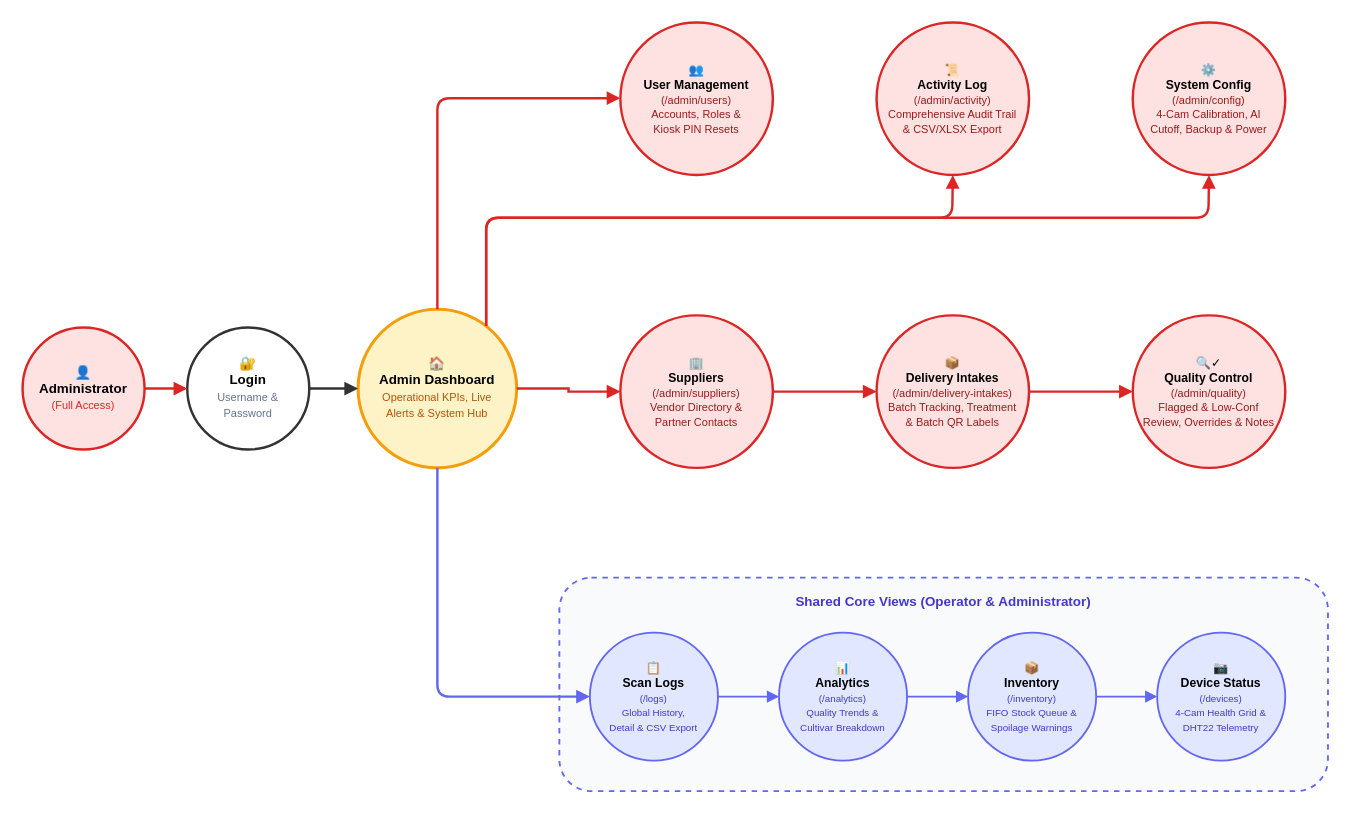
Earlier version of the draw.io diagram docs/bananavision-docs/docs/workflows/workflow_admin.drawio (BlackShark404/BananaVision). Source tidied: cells renumbered, new cells numbered last; positions are measured from the earlier drawing's top-left corner, leaving out a move shared by most shapes. Both pictures are drawn from the tidied source at 122%, with x=0, y=0 at pixel (22, 22).
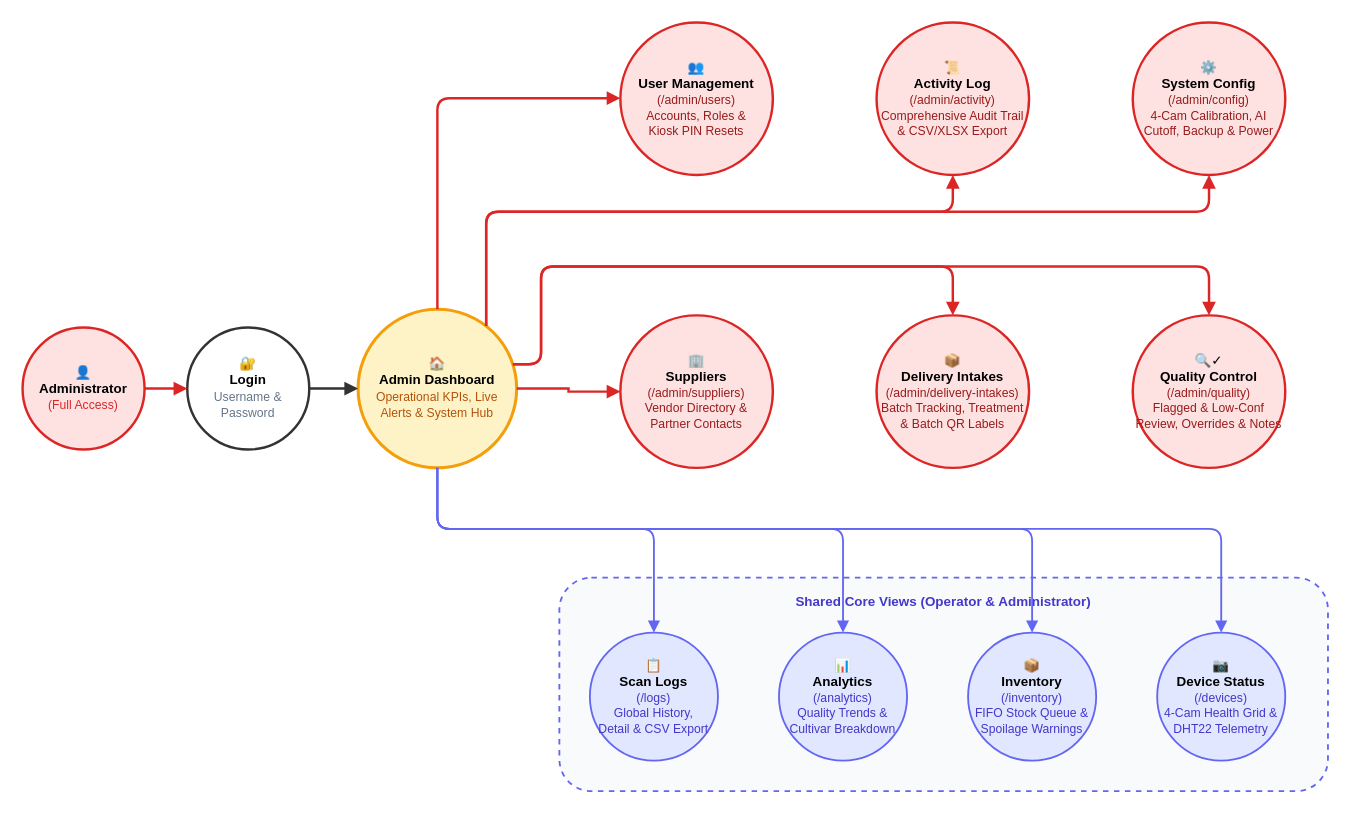
The same diagram, later.

Commit message (it also covers changes not shown here):
style: update font sizes and geometry in workflow diagram drawio files

Change to the diagram source:
```diff
@@
-    <mxCell id="2" value="👤&lt;br&gt;&lt;b&gt;Administrator&lt;/b&gt;&lt;br&gt;&lt;font color=&quot;#dc2626&quot; style=&quot;font-size: 9px;&quot;&gt;(Full Access)&lt;/font&gt;" style="ellipse;whiteSpace=wrap;html=1;fillColor=#fee2e2;strokeColor=#dc2626;strokeWidth=2;fontSize=11;" parent="1" vertex="1">
+    <mxCell id="2" value="👤&lt;br&gt;&lt;b&gt;Administrator&lt;/b&gt;&lt;br&gt;&lt;font color=&quot;#dc2626&quot; style=&quot;font-size: 10px;&quot;&gt;(Full Access)&lt;/font&gt;" style="ellipse;whiteSpace=wrap;html=1;fillColor=#fee2e2;strokeColor=#dc2626;strokeWidth=2;fontSize=11;" parent="1" vertex="1">
       <mxGeometry y="250" width="100" height="100" as="geometry" />
     </mxCell>
-    <mxCell id="3" value="🔐&lt;br&gt;&lt;b&gt;Login&lt;/b&gt;&lt;br&gt;&lt;font color=&quot;#64748b&quot; style=&quot;font-size: 9px;&quot;&gt;Username &amp;amp;&lt;br&gt;Password&lt;/font&gt;" style="ellipse;whiteSpace=wrap;html=1;fillColor=#ffffff;strokeColor=#333333;strokeWidth=2;fontSize=11;" parent="1" vertex="1">
+    <mxCell id="3" value="🔐&lt;br&gt;&lt;b&gt;Login&lt;/b&gt;&lt;br&gt;&lt;font color=&quot;#64748b&quot; style=&quot;font-size: 10px;&quot;&gt;Username &amp;amp;&lt;br&gt;Password&lt;/font&gt;" style="ellipse;whiteSpace=wrap;html=1;fillColor=#ffffff;strokeColor=#333333;strokeWidth=2;fontSize=11;" parent="1" vertex="1">
       <mxGeometry x="135" y="250" width="100" height="100" as="geometry" />
     </mxCell>
-    <mxCell id="4" value="🏠&lt;br&gt;&lt;b&gt;Admin Dashboard&lt;/b&gt;&lt;br&gt;&lt;font color=&quot;#b45309&quot; style=&quot;font-size: 9px;&quot;&gt;Operational KPIs, Live&lt;br&gt;Alerts &amp;amp; System Hub&lt;/font&gt;" style="ellipse;whiteSpace=wrap;html=1;fillColor=#fef3c7;strokeColor=#f59e0b;strokeWidth=2.5;fontSize=11;" parent="1" vertex="1">
+    <mxCell id="4" value="🏠&lt;br&gt;&lt;b&gt;Admin Dashboard&lt;/b&gt;&lt;br&gt;&lt;font color=&quot;#b45309&quot; style=&quot;font-size: 10px;&quot;&gt;Operational KPIs, Live&lt;br&gt;Alerts &amp;amp; System Hub&lt;/font&gt;" style="ellipse;whiteSpace=wrap;html=1;fillColor=#fef3c7;strokeColor=#f59e0b;strokeWidth=2.5;fontSize=11;" parent="1" vertex="1">
       <mxGeometry x="275" y="235" width="130" height="130" as="geometry" />
     </mxCell>
-    <mxCell id="5" value="👥&lt;br&gt;&lt;b&gt;User Management&lt;/b&gt;&lt;br&gt;&lt;font color=&quot;#991b1b&quot; style=&quot;font-size: 9px;&quot;&gt;(/admin/users)&lt;br&gt;Accounts, Roles &amp;amp;&lt;br&gt;Kiosk PIN Resets&lt;/font&gt;" style="ellipse;whiteSpace=wrap;html=1;fillColor=#fee2e2;strokeColor=#dc2626;strokeWidth=2;fontSize=10;" parent="1" vertex="1">
+    <mxCell id="5" value="👥&lt;br&gt;&lt;b&gt;User Management&lt;/b&gt;&lt;br&gt;&lt;font color=&quot;#991b1b&quot; style=&quot;font-size: 10px;&quot;&gt;(/admin/users)&lt;br&gt;Accounts, Roles &amp;amp;&lt;br&gt;Kiosk PIN Resets&lt;/font&gt;" style="ellipse;whiteSpace=wrap;html=1;fillColor=#fee2e2;strokeColor=#dc2626;strokeWidth=2;fontSize=11;" parent="1" vertex="1">
       <mxGeometry x="490" width="125" height="125" as="geometry" />
     </mxCell>
-    <mxCell id="6" value="📜&lt;br&gt;&lt;b&gt;Activity Log&lt;/b&gt;&lt;br&gt;&lt;font color=&quot;#991b1b&quot; style=&quot;font-size: 9px;&quot;&gt;(/admin/activity)&lt;br&gt;Comprehensive Audit Trail&lt;br&gt;&amp;amp; CSV/XLSX Export&lt;/font&gt;" style="ellipse;whiteSpace=wrap;html=1;fillColor=#fee2e2;strokeColor=#dc2626;strokeWidth=2;fontSize=10;" parent="1" vertex="1">
+    <mxCell id="6" value="📜&lt;br&gt;&lt;b&gt;Activity Log&lt;/b&gt;&lt;br&gt;&lt;font color=&quot;#991b1b&quot; style=&quot;font-size: 10px;&quot;&gt;(/admin/activity)&lt;br&gt;Comprehensive Audit Trail&lt;br&gt;&amp;amp; CSV/XLSX Export&lt;/font&gt;" style="ellipse;whiteSpace=wrap;html=1;fillColor=#fee2e2;strokeColor=#dc2626;strokeWidth=2;fontSize=11;" parent="1" vertex="1">
       <mxGeometry x="700" width="125" height="125" as="geometry" />
     </mxCell>
-    <mxCell id="7" value="⚙️&lt;br&gt;&lt;b&gt;System Config&lt;/b&gt;&lt;br&gt;&lt;font color=&quot;#991b1b&quot; style=&quot;font-size: 9px;&quot;&gt;(/admin/config)&lt;br&gt;4-Cam Calibration, AI&lt;br&gt;Cutoff, Backup &amp;amp; Power&lt;/font&gt;" style="ellipse;whiteSpace=wrap;html=1;fillColor=#fee2e2;strokeColor=#dc2626;strokeWidth=2;fontSize=10;" parent="1" vertex="1">
+    <mxCell id="7" value="⚙️&lt;br&gt;&lt;b&gt;System Config&lt;/b&gt;&lt;br&gt;&lt;font color=&quot;#991b1b&quot; style=&quot;font-size: 10px;&quot;&gt;(/admin/config)&lt;br&gt;4-Cam Calibration, AI&lt;br&gt;Cutoff, Backup &amp;amp; Power&lt;/font&gt;" style="ellipse;whiteSpace=wrap;html=1;fillColor=#fee2e2;strokeColor=#dc2626;strokeWidth=2;fontSize=11;" parent="1" vertex="1">
       <mxGeometry x="910" width="125" height="125" as="geometry" />
     </mxCell>
-    <mxCell id="8" value="🏢&lt;br&gt;&lt;b&gt;Suppliers&lt;/b&gt;&lt;br&gt;&lt;font color=&quot;#991b1b&quot; style=&quot;font-size: 9px;&quot;&gt;(/admin/suppliers)&lt;br&gt;Vendor Directory &amp;amp;&lt;br&gt;Partner Contacts&lt;/font&gt;" style="ellipse;whiteSpace=wrap;html=1;fillColor=#fee2e2;strokeColor=#dc2626;strokeWidth=2;fontSize=10;" parent="1" vertex="1">
+    <mxCell id="8" value="🏢&lt;br&gt;&lt;b&gt;Suppliers&lt;/b&gt;&lt;br&gt;&lt;font color=&quot;#991b1b&quot; style=&quot;font-size: 10px;&quot;&gt;(/admin/suppliers)&lt;br&gt;Vendor Directory &amp;amp;&lt;br&gt;Partner Contacts&lt;/font&gt;" style="ellipse;whiteSpace=wrap;html=1;fillColor=#fee2e2;strokeColor=#dc2626;strokeWidth=2;fontSize=11;" parent="1" vertex="1">
       <mxGeometry x="490" y="240" width="125" height="125" as="geometry" />
     </mxCell>
-    <mxCell id="9" value="📦&lt;br&gt;&lt;b&gt;Delivery Intakes&lt;/b&gt;&lt;br&gt;&lt;font color=&quot;#991b1b&quot; style=&quot;font-size: 9px;&quot;&gt;(/admin/delivery-intakes)&lt;br&gt;Batch Tracking, Treatment&lt;br&gt;&amp;amp; Batch QR Labels&lt;/font&gt;" style="ellipse;whiteSpace=wrap;html=1;fillColor=#fee2e2;strokeColor=#dc2626;strokeWidth=2;fontSize=10;" parent="1" vertex="1">
+    <mxCell id="9" value="📦&lt;br&gt;&lt;b&gt;Delivery Intakes&lt;/b&gt;&lt;br&gt;&lt;font color=&quot;#991b1b&quot; style=&quot;font-size: 10px;&quot;&gt;(/admin/delivery-intakes)&lt;br&gt;Batch Tracking, Treatment&lt;br&gt;&amp;amp; Batch QR Labels&lt;/font&gt;" style="ellipse;whiteSpace=wrap;html=1;fillColor=#fee2e2;strokeColor=#dc2626;strokeWidth=2;fontSize=11;" parent="1" vertex="1">
       <mxGeometry x="700" y="240" width="125" height="125" as="geometry" />
     </mxCell>
-    <mxCell id="10" value="🔍✓&lt;br&gt;&lt;b&gt;Quality Control&lt;/b&gt;&lt;br&gt;&lt;font color=&quot;#991b1b&quot; style=&quot;font-size: 9px;&quot;&gt;(/admin/quality)&lt;br&gt;Flagged &amp;amp; Low-Conf&lt;br&gt;Review, Overrides &amp;amp; Notes&lt;/font&gt;" style="ellipse;whiteSpace=wrap;html=1;fillColor=#fee2e2;strokeColor=#dc2626;strokeWidth=2;fontSize=10;" parent="1" vertex="1">
+    <mxCell id="10" value="🔍✓&lt;br&gt;&lt;b&gt;Quality Control&lt;/b&gt;&lt;br&gt;&lt;font color=&quot;#991b1b&quot; style=&quot;font-size: 10px;&quot;&gt;(/admin/quality)&lt;br&gt;Flagged &amp;amp; Low-Conf&lt;br&gt;Review, Overrides &amp;amp; Notes&lt;/font&gt;" style="ellipse;whiteSpace=wrap;html=1;fillColor=#fee2e2;strokeColor=#dc2626;strokeWidth=2;fontSize=11;" parent="1" vertex="1">
       <mxGeometry x="910" y="240" width="125" height="125" as="geometry" />
     </mxCell>
@@
-    <mxCell id="13" value="📋&lt;br&gt;&lt;b&gt;Scan Logs&lt;/b&gt;&lt;br&gt;&lt;font color=&quot;#4338ca&quot; style=&quot;font-size: 8px;&quot;&gt;(/logs)&lt;br&gt;Global History,&lt;br&gt;Detail &amp;amp; CSV Export&lt;/font&gt;" style="ellipse;whiteSpace=wrap;html=1;fillColor=#e0e7ff;strokeColor=#6366f1;strokeWidth=1.5;fontSize=10;" parent="1" vertex="1">
+    <mxCell id="13" value="📋&lt;br&gt;&lt;b&gt;Scan Logs&lt;/b&gt;&lt;br&gt;&lt;font color=&quot;#4338ca&quot; style=&quot;font-size: 10px;&quot;&gt;(/logs)&lt;br&gt;Global History,&lt;br&gt;Detail &amp;amp; CSV Export&lt;/font&gt;" style="ellipse;whiteSpace=wrap;html=1;fillColor=#e0e7ff;strokeColor=#6366f1;strokeWidth=1.5;fontSize=11;" parent="1" vertex="1">
       <mxGeometry x="465" y="500" width="105" height="105" as="geometry" />
     </mxCell>
-    <mxCell id="14" value="📊&lt;br&gt;&lt;b&gt;Analytics&lt;/b&gt;&lt;br&gt;&lt;font color=&quot;#4338ca&quot; style=&quot;font-size: 8px;&quot;&gt;(/analytics)&lt;br&gt;Quality Trends &amp;amp;&lt;br&gt;Cultivar Breakdown&lt;/font&gt;" style="ellipse;whiteSpace=wrap;html=1;fillColor=#e0e7ff;strokeColor=#6366f1;strokeWidth=1.5;fontSize=10;" parent="1" vertex="1">
+    <mxCell id="14" value="📊&lt;br&gt;&lt;b&gt;Analytics&lt;/b&gt;&lt;br&gt;&lt;font color=&quot;#4338ca&quot; style=&quot;font-size: 10px;&quot;&gt;(/analytics)&lt;br&gt;Quality Trends &amp;amp;&lt;br&gt;Cultivar Breakdown&lt;/font&gt;" style="ellipse;whiteSpace=wrap;html=1;fillColor=#e0e7ff;strokeColor=#6366f1;strokeWidth=1.5;fontSize=11;" parent="1" vertex="1">
       <mxGeometry x="620" y="500" width="105" height="105" as="geometry" />
     </mxCell>
-    <mxCell id="15" value="📦&lt;br&gt;&lt;b&gt;Inventory&lt;/b&gt;&lt;br&gt;&lt;font color=&quot;#4338ca&quot; style=&quot;font-size: 8px;&quot;&gt;(/inventory)&lt;br&gt;FIFO Stock Queue &amp;amp;&lt;br&gt;Spoilage Warnings&lt;/font&gt;" style="ellipse;whiteSpace=wrap;html=1;fillColor=#e0e7ff;strokeColor=#6366f1;strokeWidth=1.5;fontSize=10;" parent="1" vertex="1">
+    <mxCell id="15" value="📦&lt;br&gt;&lt;b&gt;Inventory&lt;/b&gt;&lt;br&gt;&lt;font color=&quot;#4338ca&quot; style=&quot;font-size: 10px;&quot;&gt;(/inventory)&lt;br&gt;FIFO Stock Queue &amp;amp;&lt;br&gt;Spoilage Warnings&lt;/font&gt;" style="ellipse;whiteSpace=wrap;html=1;fillColor=#e0e7ff;strokeColor=#6366f1;strokeWidth=1.5;fontSize=11;" parent="1" vertex="1">
       <mxGeometry x="775" y="500" width="105" height="105" as="geometry" />
     </mxCell>
-    <mxCell id="16" value="📷&lt;br&gt;&lt;b&gt;Device Status&lt;/b&gt;&lt;br&gt;&lt;font color=&quot;#4338ca&quot; style=&quot;font-size: 8px;&quot;&gt;(/devices)&lt;br&gt;4-Cam Health Grid &amp;amp;&lt;br&gt;DHT22 Telemetry&lt;/font&gt;" style="ellipse;whiteSpace=wrap;html=1;fillColor=#e0e7ff;strokeColor=#6366f1;strokeWidth=1.5;fontSize=10;" parent="1" vertex="1">
+    <mxCell id="16" value="📷&lt;br&gt;&lt;b&gt;Device Status&lt;/b&gt;&lt;br&gt;&lt;font color=&quot;#4338ca&quot; style=&quot;font-size: 10px;&quot;&gt;(/devices)&lt;br&gt;4-Cam Health Grid &amp;amp;&lt;br&gt;DHT22 Telemetry&lt;/font&gt;" style="ellipse;whiteSpace=wrap;html=1;fillColor=#e0e7ff;strokeColor=#6366f1;strokeWidth=1.5;fontSize=11;" parent="1" vertex="1">
       <mxGeometry x="930" y="500" width="105" height="105" as="geometry" />
     </mxCell>
@@
-    <mxCell id="20" style="edgeStyle=orthogonalEdgeStyle;rounded=1;jettySize=auto;html=1;strokeWidth=2;strokeColor=#dc2626;endArrow=block;endFill=1;" parent="1" edge="1" source="4" target="6">
+    <mxCell id="20" style="edgeStyle=orthogonalEdgeStyle;rounded=1;jettySize=auto;html=1;strokeWidth=2;strokeColor=#dc2626;endArrow=block;endFill=1;entryX=0.5;entryY=1;entryDx=0;entryDy=0;" parent="1" edge="1" source="4" target="6">
       <mxGeometry relative="1" as="geometry">
         <Array as="points">
-          <mxPoint x="380" y="160" />
-          <mxPoint x="762" y="160" />
+          <mxPoint x="380" y="155" />
+          <mxPoint x="763" y="155" />
         </Array>
       </mxGeometry>
     </mxCell>
-    <mxCell id="21" style="edgeStyle=orthogonalEdgeStyle;rounded=1;jettySize=auto;html=1;strokeWidth=2;strokeColor=#dc2626;endArrow=block;endFill=1;" parent="1" edge="1" source="4" target="7">
+    <mxCell id="21" style="edgeStyle=orthogonalEdgeStyle;rounded=1;jettySize=auto;html=1;strokeWidth=2;strokeColor=#dc2626;endArrow=block;endFill=1;entryX=0.5;entryY=1;entryDx=0;entryDy=0;" parent="1" edge="1" source="4" target="7">
       <mxGeometry relative="1" as="geometry">
         <Array as="points">
-          <mxPoint x="380" y="160" />
-          <mxPoint x="972" y="160" />
+          <mxPoint x="380" y="155" />
+          <mxPoint x="973" y="155" />
         </Array>
       </mxGeometry>
     </mxCell>
@@
-    <mxCell id="23" style="edgeStyle=orthogonalEdgeStyle;rounded=0;jettySize=auto;html=1;strokeWidth=2;strokeColor=#dc2626;endArrow=block;endFill=1;" parent="1" edge="1" source="8" target="9">
-      <mxGeometry relative="1" as="geometry" />
+    <mxCell id="23" style="edgeStyle=orthogonalEdgeStyle;rounded=1;jettySize=auto;html=1;strokeWidth=2;strokeColor=#dc2626;endArrow=block;endFill=1;entryX=0.5;entryY=0;entryDx=0;entryDy=0;" parent="1" edge="1" source="4" target="9">
+      <mxGeometry relative="1" as="geometry">
+        <Array as="points">
+          <mxPoint x="425" y="280" />
+          <mxPoint x="425" y="200" />
+          <mxPoint x="763" y="200" />
+        </Array>
+      </mxGeometry>
     </mxCell>
-    <mxCell id="24" style="edgeStyle=orthogonalEdgeStyle;rounded=0;jettySize=auto;html=1;strokeWidth=2;strokeColor=#dc2626;endArrow=block;endFill=1;" parent="1" edge="1" source="9" target="10">
-      <mxGeometry relative="1" as="geometry" />
+    <mxCell id="24" style="edgeStyle=orthogonalEdgeStyle;rounded=1;jettySize=auto;html=1;strokeWidth=2;strokeColor=#dc2626;endArrow=block;endFill=1;entryX=0.5;entryY=0;entryDx=0;entryDy=0;" parent="1" edge="1" source="4" target="10">
+      <mxGeometry relative="1" as="geometry">
+        <Array as="points">
+          <mxPoint x="425" y="280" />
+          <mxPoint x="425" y="200" />
+          <mxPoint x="973" y="200" />
+        </Array>
+      </mxGeometry>
     </mxCell>
-    <mxCell id="25" style="edgeStyle=orthogonalEdgeStyle;rounded=1;jettySize=auto;html=1;strokeWidth=2;strokeColor=#6366f1;strokeDasharray=4 4;endArrow=block;endFill=1;entryX=0;entryY=0.5;entryDx=0;entryDy=0;" parent="1" edge="1" source="4" target="13">
+    <mxCell id="25" style="edgeStyle=orthogonalEdgeStyle;rounded=1;jettySize=auto;html=1;strokeWidth=1.5;strokeColor=#6366f1;strokeDasharray=4 4;endArrow=block;endFill=1;entryX=0.5;entryY=0;entryDx=0;entryDy=0;" parent="1" edge="1" source="4" target="13">
       <mxGeometry relative="1" as="geometry">
         <Array as="points">
-          <mxPoint x="340" y="552" />
+          <mxPoint x="340" y="415" />
+          <mxPoint x="518" y="415" />
         </Array>
       </mxGeometry>
     </mxCell>
-    <mxCell id="26" style="edgeStyle=orthogonalEdgeStyle;rounded=0;jettySize=auto;html=1;strokeWidth=1.5;strokeColor=#6366f1;strokeDasharray=4 4;endArrow=block;endFill=1;" parent="1" edge="1" source="13" target="14">
-      <mxGeometry relative="1" as="geometry" />
-    </mxCell>
-    <mxCell id="27" style="edgeStyle=orthogonalEdgeStyle;rounded=0;jettySize=auto;html=1;strokeWidth=1.5;strokeColor=#6366f1;strokeDasharray=4 4;endArrow=block;endFill=1;" parent="1" edge="1" source="14" target="15">
-      <mxGeometry relative="1" as="geometry" />
-    </mxCell>
-    <mxCell id="28" style="edgeStyle=orthogonalEdgeStyle;rounded=0;jettySize=auto;html=1;strokeWidth=1.5;strokeColor=#6366f1;strokeDasharray=4 4;endArrow=block;endFill=1;" parent="1" edge="1" source="15" target="16">
-      <mxGeometry relative="1" as="geometry" />
-    </mxCell>
+    <mxCell id="29" style="edgeStyle=orthogonalEdgeStyle;rounded=1;jettySize=auto;html=1;strokeWidth=1.5;strokeColor=#6366f1;strokeDasharray=4 4;endArrow=block;endFill=1;entryX=0.5;entryY=0;entryDx=0;entryDy=0;" parent="1" edge="1" source="4" target="14">
+      <mxGeometry relative="1" as="geometry">
+        <Array as="points">
+          <mxPoint x="340" y="415" />
+          <mxPoint x="673" y="415" />
+        </Array>
+      </mxGeometry>
+    </mxCell>
+    <mxCell id="30" style="edgeStyle=orthogonalEdgeStyle;rounded=1;jettySize=auto;html=1;strokeWidth=1.5;strokeColor=#6366f1;strokeDasharray=4 4;endArrow=block;endFill=1;entryX=0.5;entryY=0;entryDx=0;entryDy=0;" parent="1" edge="1" source="4" target="15">
+      <mxGeometry relative="1" as="geometry">
+        <Array as="points">
+          <mxPoint x="340" y="415" />
+          <mxPoint x="828" y="415" />
+        </Array>
+      </mxGeometry>
+    </mxCell>
+    <mxCell id="31" style="edgeStyle=orthogonalEdgeStyle;rounded=1;jettySize=auto;html=1;strokeWidth=1.5;strokeColor=#6366f1;strokeDasharray=4 4;endArrow=block;endFill=1;entryX=0.5;entryY=0;entryDx=0;entryDy=0;" parent="1" edge="1" source="4" target="16">
+      <mxGeometry relative="1" as="geometry">
+        <Array as="points">
+          <mxPoint x="340" y="415" />
+          <mxPoint x="983" y="415" />
+        </Array>
+      </mxGeometry>
+    </mxCell>
```
